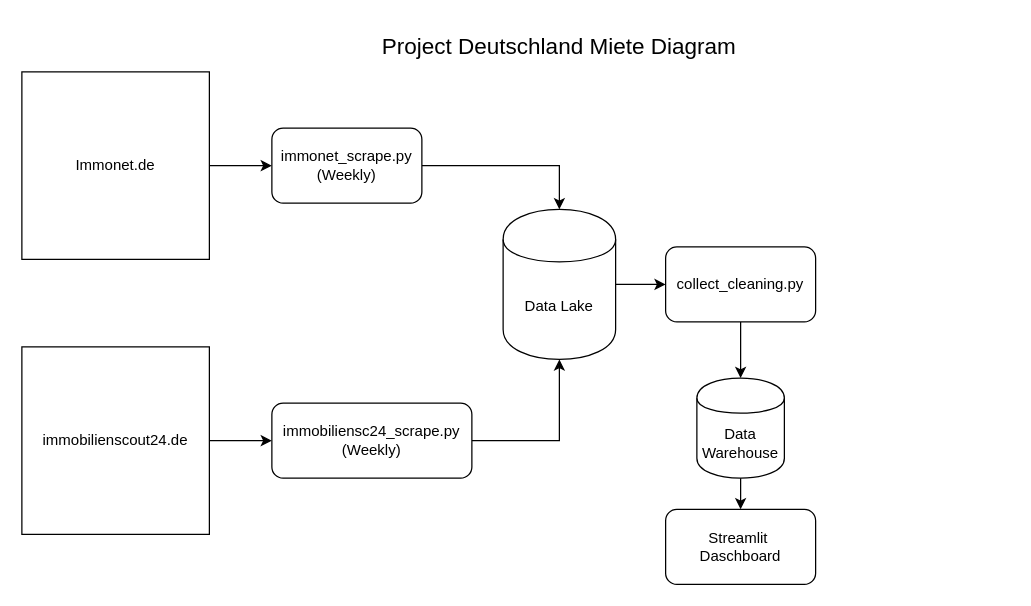
Earlier version of the draw.io diagram pjct_diagram.dio (felipedmnq/rent-houses--germany). Source tidied: cells renumbered, new cells numbered last; positions are measured from the earlier drawing's top-left corner, leaving out a move shared by most shapes. Both pictures are drawn from the tidied source at 125%, with x=0, y=0 at pixel (21, 21).
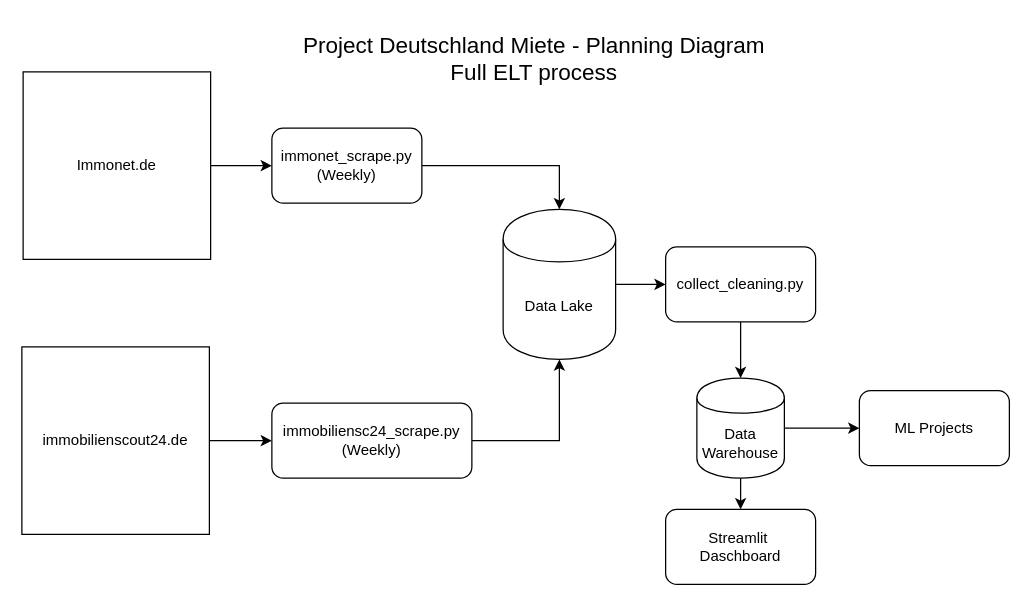
The same page after the edit.

The change refers to these unchanged cells:
```xml
<mxCell id="16" value="Data&lt;div&gt;Warehouse&lt;/div&gt;" style="shape=cylinder;whiteSpace=wrap;html=1;boundedLbl=1;" parent="1" vertex="1">
  <mxGeometry x="540" y="285" width="70" height="80" as="geometry" />
</mxCell>
```

Diff of the diagram source:
```diff
@@
     <mxCell id="3" value="Immonet.de" style="whiteSpace=wrap;html=1;" parent="1" vertex="1">
-      <mxGeometry y="40" width="150" height="150" as="geometry" />
+      <mxGeometry x="1" y="40" width="150" height="150" as="geometry" />
     </mxCell>
@@
-    <mxCell id="15" value="Project Deutschland Miete Diagram" style="text;html=1;strokeColor=none;fillColor=none;align=center;verticalAlign=middle;whiteSpace=wrap;rounded=0;fontSize=18;" parent="1" vertex="1">
-      <mxGeometry x="280" width="300" height="40" as="geometry" />
+    <mxCell id="15" value="Project Deutschland Miete -&amp;nbsp;&lt;span style=&quot;letter-spacing: 0px&quot;&gt;Planning Diagram&lt;/span&gt;&lt;div&gt;&lt;span style=&quot;letter-spacing: 0px&quot;&gt;Full ELT process&lt;/span&gt;&lt;br&gt;&lt;/div&gt;" style="text;html=1;strokeColor=none;fillColor=none;align=center;verticalAlign=middle;whiteSpace=wrap;rounded=0;fontSize=18;" parent="1" vertex="1">
+      <mxGeometry x="210" width="400" height="60" as="geometry" />
     </mxCell>
+    <mxCell id="18" style="edgeStyle=orthogonalEdgeStyle;rounded=0;html=1;exitX=1;exitY=0.5;entryX=0;entryY=0.5;jettySize=auto;" parent="1" edge="1" source="16" target="19">
+      <mxGeometry relative="1" as="geometry" />
+    </mxCell>
@@
+    <mxCell id="19" value="ML Projects" style="rounded=1;whiteSpace=wrap;html=1;" parent="1" vertex="1">
+      <mxGeometry x="670" y="295" width="120" height="60" as="geometry" />
+    </mxCell>
```
